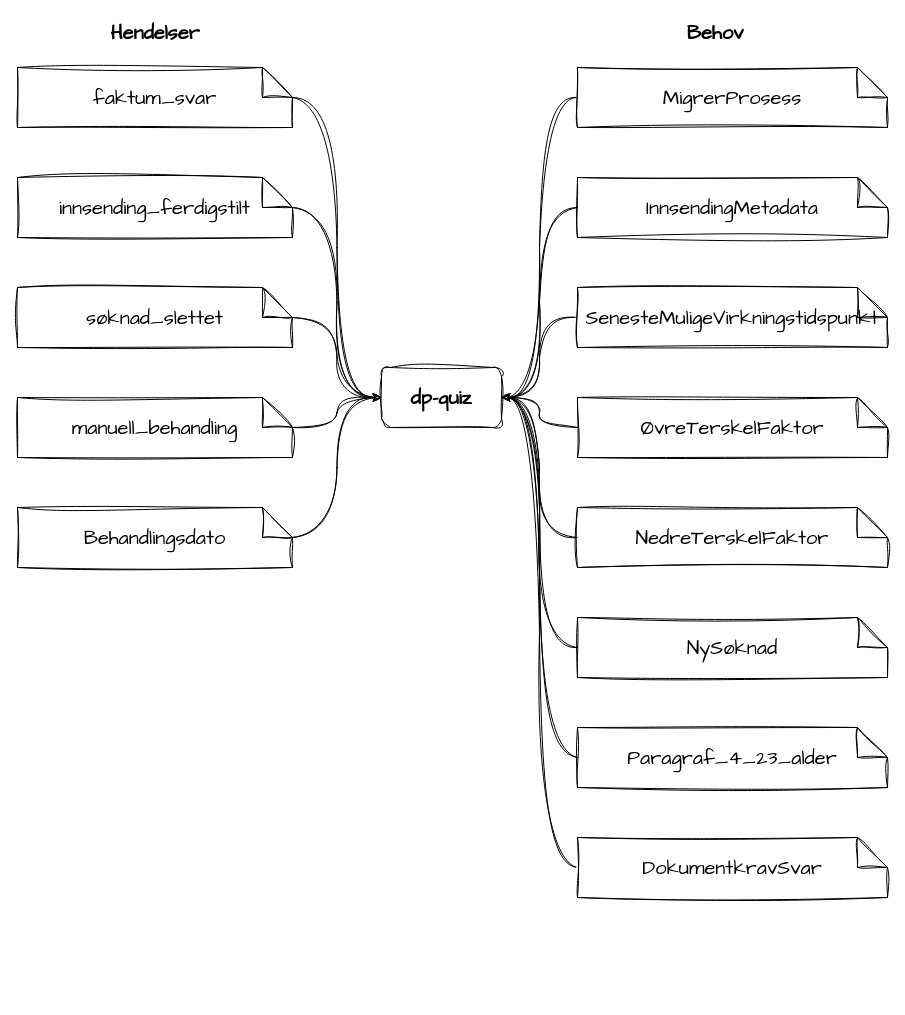
Before: docs/innbyggerflate/losninger/soknad/dp-quiz-hendelser-abonnement.drawio in navikt/dp-dokumentasjon, a draw.io diagram. Source tidied: cells renumbered, new cells numbered last; positions are measured from the earlier drawing's top-left corner, leaving out a move shared by most shapes. Both pictures are drawn from the tidied source at 100%, with x=0, y=0 at pixel (17, 17).
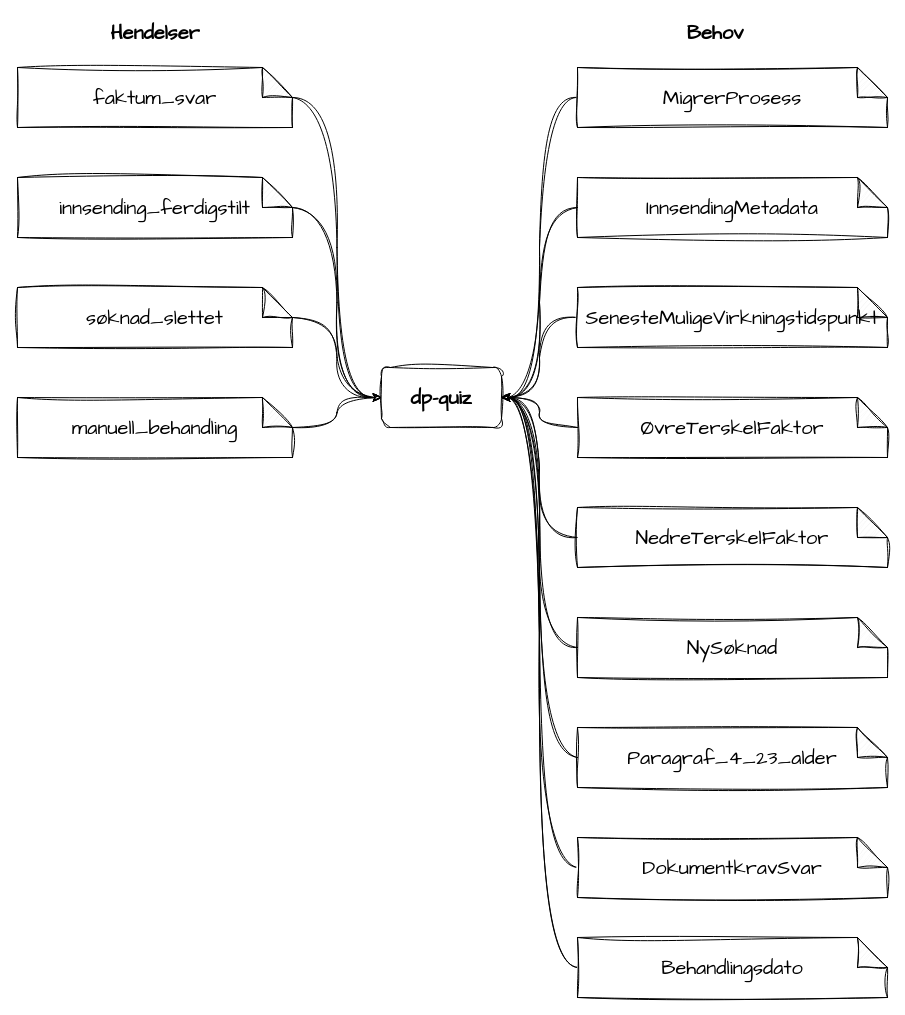
The same page after the edit.

Commit message:
Behandlingsdato er et behov

Unchanged cells that the change refers to:
```xml
<mxCell id="2" value="dp-quiz" style="rounded=1;whiteSpace=wrap;html=1;labelBorderColor=none;fontColor=default;labelBackgroundColor=none;fontSize=20;fontStyle=1;sketch=1;curveFitting=1;jiggle=2;fontFamily=Architects Daughter;" parent="1" vertex="1">
  <mxGeometry x="364" y="350" width="120" height="60" as="geometry" />
</mxCell>
```

Diff of the diagram source:
```diff
@@
-    <mxCell id="5" style="edgeStyle=orthogonalEdgeStyle;curved=1;html=1;entryX=0;entryY=0.5;entryDx=0;entryDy=0;fontSize=18;fontColor=#FFFFFF;sketch=1;curveFitting=1;jiggle=2;" parent="1" edge="1" source="6" target="2">
+    <mxCell id="5" style="edgeStyle=orthogonalEdgeStyle;curved=1;html=1;fontSize=18;fontColor=#FFFFFF;sketch=1;curveFitting=1;jiggle=2;entryX=1;entryY=0.5;entryDx=0;entryDy=0;" parent="1" edge="1" source="6" target="2">
       <mxGeometry relative="1" as="geometry" />
     </mxCell>
     <mxCell id="6" value="&lt;div style=&quot;font-size: 20px;&quot;&gt;&lt;div style=&quot;font-size: 20px;&quot;&gt;&lt;div style=&quot;font-size: 20px;&quot;&gt;&lt;div style=&quot;font-size: 20px;&quot;&gt;&lt;span style=&quot;font-size: 20px;&quot;&gt;Behandlingsdato&lt;/span&gt;&lt;/div&gt;&lt;/div&gt;&lt;/div&gt;&lt;/div&gt;" style="shape=note;whiteSpace=wrap;html=1;backgroundOutline=1;darkOpacity=0.05;fontColor=default;labelBackgroundColor=none;sketch=1;curveFitting=1;jiggle=2;fontFamily=Architects Daughter;fontSize=20;" parent="1" vertex="1">
-      <mxGeometry y="490" width="275" height="60" as="geometry" />
+      <mxGeometry x="560" y="920" width="310" height="60" as="geometry" />
     </mxCell>
```
